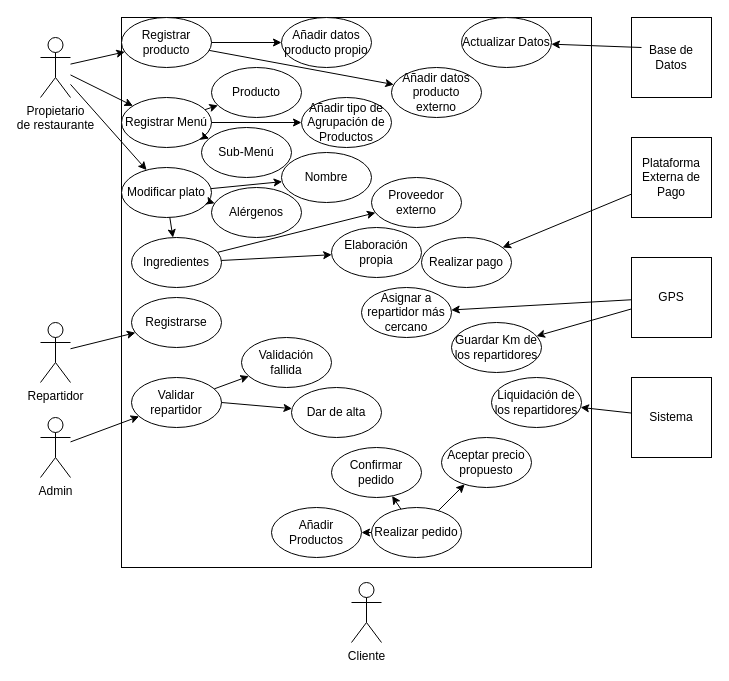
MaiaOwO/Workspace keeps this draw.io diagram as Trial.drawio. Above is the earlier version. Source tidied: cells renumbered, new cells numbered last; positions are measured from the earlier drawing's top-left corner, leaving out a move shared by most shapes. Both pictures are drawn from the tidied source at 100%, with x=0, y=0 at pixel (40, 17).
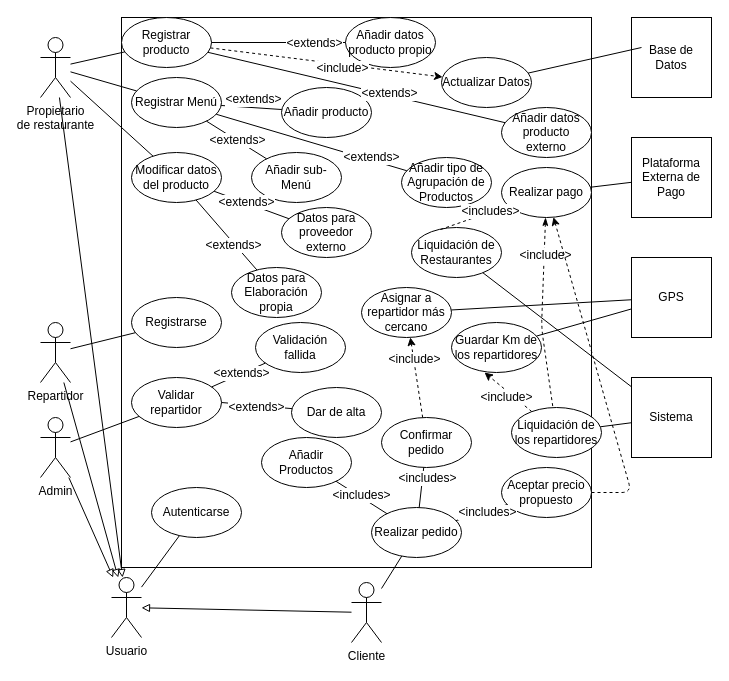
Above is the later version.

The change refers to these unchanged cells:
```xml
<mxCell id="2" value="Propietario &lt;br&gt;de restaurante" style="shape=umlActor;verticalLabelPosition=bottom;labelBackgroundColor=#ffffff;verticalAlign=top;html=1;outlineConnect=0;" parent="1" vertex="1">
  <mxGeometry y="20" width="30" height="60" as="geometry" />
</mxCell>
<mxCell id="3" value="Cliente" style="shape=umlActor;verticalLabelPosition=bottom;labelBackgroundColor=#ffffff;verticalAlign=top;html=1;outlineConnect=0;" parent="1" vertex="1">
  <mxGeometry x="311" y="565" width="30" height="60" as="geometry" />
</mxCell>
<mxCell id="4" value="Repartidor" style="shape=umlActor;verticalLabelPosition=bottom;labelBackgroundColor=#ffffff;verticalAlign=top;html=1;outlineConnect=0;" parent="1" vertex="1">
  <mxGeometry y="305" width="30" height="60" as="geometry" />
</mxCell>
<mxCell id="5" value="Admin" style="shape=umlActor;verticalLabelPosition=bottom;labelBackgroundColor=#ffffff;verticalAlign=top;html=1;outlineConnect=0;" parent="1" vertex="1">
  <mxGeometry y="400" width="30" height="60" as="geometry" />
</mxCell>
<mxCell id="7" value="Base de Datos" style="whiteSpace=wrap;html=1;" parent="1" vertex="1">
  <mxGeometry x="591" width="80" height="80" as="geometry" />
</mxCell>
<mxCell id="8" value="Plataforma Externa de Pago" style="whiteSpace=wrap;html=1;" parent="1" vertex="1">
  <mxGeometry x="591" y="120" width="80" height="80" as="geometry" />
</mxCell>
<mxCell id="9" value="Sistema" style="whiteSpace=wrap;html=1;" parent="1" vertex="1">
  <mxGeometry x="591" y="360" width="80" height="80" as="geometry" />
</mxCell>
<mxCell id="17" value="Asignar a repartidor más cercano" style="ellipse;whiteSpace=wrap;html=1;" parent="1" vertex="1">
  <mxGeometry x="321" y="270" width="90" height="50" as="geometry" />
</mxCell>
<mxCell id="18" value="Realizar pedido" style="ellipse;whiteSpace=wrap;html=1;" parent="1" vertex="1">
  <mxGeometry x="331" y="490" width="90" height="50" as="geometry" />
</mxCell>
<mxCell id="21" value="Registrarse" style="ellipse;whiteSpace=wrap;html=1;" parent="1" vertex="1">
  <mxGeometry x="91" y="280" width="90" height="50" as="geometry" />
</mxCell>
<mxCell id="22" value="Dar de alta" style="ellipse;whiteSpace=wrap;html=1;" parent="1" vertex="1">
  <mxGeometry x="251" y="370" width="90" height="50" as="geometry" />
</mxCell>
<mxCell id="23" value="Validar repartidor" style="ellipse;whiteSpace=wrap;html=1;" parent="1" vertex="1">
  <mxGeometry x="91" y="360" width="90" height="50" as="geometry" />
</mxCell>
<mxCell id="30" value="Registrar producto" style="ellipse;whiteSpace=wrap;html=1;" parent="1" vertex="1">
  <mxGeometry x="81" width="90" height="50" as="geometry" />
</mxCell>
<mxCell id="31" value="GPS" style="whiteSpace=wrap;html=1;" parent="1" vertex="1">
  <mxGeometry x="591" y="240" width="80" height="80" as="geometry" />
</mxCell>
<mxCell id="32" value="Guardar Km de los repartidores" style="ellipse;whiteSpace=wrap;html=1;" parent="1" vertex="1">
  <mxGeometry x="411" y="305" width="90" height="50" as="geometry" />
</mxCell>
```

The edit, as a diff of the source:
```diff
@@
-    <mxCell id="10" value="Modificar plato" style="ellipse;whiteSpace=wrap;html=1;" parent="1" vertex="1">
-      <mxGeometry x="81" y="150" width="90" height="50" as="geometry" />
+    <mxCell id="10" value="Modificar datos del producto" style="ellipse;whiteSpace=wrap;html=1;" parent="1" vertex="1">
+      <mxGeometry x="91" y="135" width="90" height="50" as="geometry" />
     </mxCell>
-    <mxCell id="11" value="Alérgenos" style="ellipse;whiteSpace=wrap;html=1;" parent="1" vertex="1">
-      <mxGeometry x="171" y="170" width="90" height="50" as="geometry" />
-    </mxCell>
-    <mxCell id="12" value="Ingredientes" style="ellipse;whiteSpace=wrap;html=1;" parent="1" vertex="1">
-      <mxGeometry x="91" y="220" width="90" height="50" as="geometry" />
-    </mxCell>
-    <mxCell id="13" value="Nombre" style="ellipse;whiteSpace=wrap;html=1;" parent="1" vertex="1">
-      <mxGeometry x="241" y="135" width="90" height="50" as="geometry" />
-    </mxCell>
-    <mxCell id="14" value="Proveedor externo" style="ellipse;whiteSpace=wrap;html=1;" parent="1" vertex="1">
-      <mxGeometry x="331" y="160" width="90" height="50" as="geometry" />
+    <mxCell id="14" value="Datos para proveedor externo" style="ellipse;whiteSpace=wrap;html=1;" parent="1" vertex="1">
+      <mxGeometry x="241" y="190" width="90" height="50" as="geometry" />
     </mxCell>
-    <mxCell id="15" value="Elaboración propia" style="ellipse;whiteSpace=wrap;html=1;" parent="1" vertex="1">
-      <mxGeometry x="291" y="210" width="90" height="50" as="geometry" />
+    <mxCell id="15" value="Datos para Elaboración propia" style="ellipse;whiteSpace=wrap;html=1;" parent="1" vertex="1">
+      <mxGeometry x="191" y="250" width="90" height="50" as="geometry" />
     </mxCell>
     <mxCell id="16" value="Confirmar pedido" style="ellipse;whiteSpace=wrap;html=1;" parent="1" vertex="1">
-      <mxGeometry x="291" y="430" width="90" height="50" as="geometry" />
+      <mxGeometry x="341" y="400" width="90" height="50" as="geometry" />
     </mxCell>
@@
     <mxCell id="19" value="Realizar pago" style="ellipse;whiteSpace=wrap;html=1;" parent="1" vertex="1">
-      <mxGeometry x="381" y="220" width="90" height="50" as="geometry" />
+      <mxGeometry x="461" y="150" width="90" height="50" as="geometry" />
     </mxCell>
     <mxCell id="20" value="Aceptar precio propuesto" style="ellipse;whiteSpace=wrap;html=1;" parent="1" vertex="1">
-      <mxGeometry x="401" y="420" width="90" height="50" as="geometry" />
+      <mxGeometry x="461" y="450" width="90" height="50" as="geometry" />
     </mxCell>
@@
     <mxCell id="24" value="Validación fallida" style="ellipse;whiteSpace=wrap;html=1;" parent="1" vertex="1">
-      <mxGeometry x="201" y="320" width="90" height="50" as="geometry" />
+      <mxGeometry x="215" y="305" width="90" height="50" as="geometry" />
     </mxCell>
     <mxCell id="25" value="Registrar Menú" style="ellipse;whiteSpace=wrap;html=1;" parent="1" vertex="1">
-      <mxGeometry x="81" y="80" width="90" height="50" as="geometry" />
+      <mxGeometry x="91" y="60" width="90" height="50" as="geometry" />
     </mxCell>
     <mxCell id="26" value="Añadir Productos" style="ellipse;whiteSpace=wrap;html=1;" parent="1" vertex="1">
-      <mxGeometry x="231" y="490" width="90" height="50" as="geometry" />
+      <mxGeometry x="221" y="420" width="90" height="50" as="geometry" />
     </mxCell>
     <mxCell id="27" value="Añadir tipo de Agrupación de Productos" style="ellipse;whiteSpace=wrap;html=1;" parent="1" vertex="1">
-      <mxGeometry x="261" y="80" width="90" height="50" as="geometry" />
+      <mxGeometry x="361" y="140" width="90" height="50" as="geometry" />
     </mxCell>
-    <mxCell id="28" value="Sub-Menú" style="ellipse;whiteSpace=wrap;html=1;" parent="1" vertex="1">
-      <mxGeometry x="161" y="110" width="90" height="50" as="geometry" />
+    <mxCell id="28" value="Añadir sub-Menú" style="ellipse;whiteSpace=wrap;html=1;" parent="1" vertex="1">
+      <mxGeometry x="211" y="135" width="90" height="50" as="geometry" />
     </mxCell>
-    <mxCell id="29" value="Producto" style="ellipse;whiteSpace=wrap;html=1;" parent="1" vertex="1">
-      <mxGeometry x="171" y="50" width="90" height="50" as="geometry" />
+    <mxCell id="29" value="Añadir producto" style="ellipse;whiteSpace=wrap;html=1;" parent="1" vertex="1">
+      <mxGeometry x="241" y="70" width="90" height="50" as="geometry" />
     </mxCell>
@@
     <mxCell id="33" value="Liquidación de los repartidores" style="ellipse;whiteSpace=wrap;html=1;" parent="1" vertex="1">
-      <mxGeometry x="451" y="360" width="90" height="50" as="geometry" />
+      <mxGeometry x="471" y="390" width="90" height="50" as="geometry" />
     </mxCell>
-    <mxCell id="34" style="endArrow=classic;html=1;" parent="1" edge="1" source="10" target="11">
-      <mxGeometry relative="1" as="geometry" />
-    </mxCell>
-    <mxCell id="35" style="endArrow=classic;html=1;" parent="1" edge="1" source="10" target="13">
-      <mxGeometry relative="1" as="geometry" />
-    </mxCell>
     <mxCell id="36" value="Actualizar Datos" style="ellipse;whiteSpace=wrap;html=1;" parent="1" vertex="1">
-      <mxGeometry x="421" width="90" height="50" as="geometry" />
+      <mxGeometry x="401" y="40" width="90" height="50" as="geometry" />
     </mxCell>
-    <mxCell id="37" style="endArrow=classic;html=1;" parent="1" edge="1" source="10" target="12">
-      <mxGeometry relative="1" as="geometry" />
-    </mxCell>
-    <mxCell id="38" style="endArrow=classic;html=1;" parent="1" edge="1" source="12" target="15">
+    <mxCell id="38" style="endArrow=none;html=1;endFill=0;" parent="1" edge="1" source="10" target="15">
       <mxGeometry relative="1" as="geometry" />
     </mxCell>
+    <mxCell id="62" value="&amp;lt;extends&amp;gt;" style="text;html=1;align=center;verticalAlign=middle;labelBackgroundColor=#ffffff;" parent="38" vertex="1">
+      <mxGeometry x="0.26" y="-2" relative="1" as="geometry" />
+    </mxCell>
-    <mxCell id="39" style="endArrow=classic;html=1;" parent="1" edge="1" source="12" target="14">
+    <mxCell id="39" style="endArrow=none;html=1;endFill=0;" parent="1" edge="1" source="10" target="14">
       <mxGeometry relative="1" as="geometry" />
     </mxCell>
+    <mxCell id="63" value="&amp;lt;extends&amp;gt;" style="text;html=1;align=center;verticalAlign=middle;labelBackgroundColor=#ffffff;" parent="39" vertex="1">
+      <mxGeometry x="0.51" y="1" relative="1" as="geometry">
+        <mxPoint x="-24.6" y="-8.8" as="offset" />
+      </mxGeometry>
+    </mxCell>
-    <mxCell id="40" style="endArrow=classic;html=1;" parent="1" edge="1" source="2" target="10">
+    <mxCell id="40" style="endArrow=none;html=1;endFill=0;" parent="1" edge="1" source="2" target="10">
       <mxGeometry relative="1" as="geometry" />
     </mxCell>
-    <mxCell id="41" style="endArrow=classic;html=1;exitX=0.125;exitY=0.375;exitDx=0;exitDy=0;exitPerimeter=0;" parent="1" edge="1" source="7" target="36">
+    <mxCell id="41" style="endArrow=none;html=1;exitX=0.125;exitY=0.375;exitDx=0;exitDy=0;exitPerimeter=0;endFill=0;" parent="1" edge="1" source="7" target="36">
       <mxGeometry relative="1" as="geometry" />
     </mxCell>
     <mxCell id="42" value="Añadir datos producto propio" style="ellipse;whiteSpace=wrap;html=1;" parent="1" vertex="1">
-      <mxGeometry x="241" width="90" height="50" as="geometry" />
+      <mxGeometry x="305" width="90" height="50" as="geometry" />
     </mxCell>
     <mxCell id="43" value="Añadir datos producto externo" style="ellipse;whiteSpace=wrap;html=1;" parent="1" vertex="1">
-      <mxGeometry x="351" y="50" width="90" height="50" as="geometry" />
+      <mxGeometry x="461" y="90" width="90" height="50" as="geometry" />
     </mxCell>
-    <mxCell id="44" style="endArrow=classic;html=1;" parent="1" edge="1" source="30" target="42">
+    <mxCell id="44" style="endArrow=none;html=1;endFill=0;" parent="1" edge="1" source="30" target="42">
       <mxGeometry relative="1" as="geometry" />
     </mxCell>
+    <mxCell id="64" value="&amp;lt;extends&amp;gt;" style="text;html=1;align=center;verticalAlign=middle;labelBackgroundColor=#ffffff;" parent="44" vertex="1">
+      <mxGeometry x="0.52" relative="1" as="geometry" />
+    </mxCell>
-    <mxCell id="45" style="endArrow=classic;html=1;" parent="1" edge="1" source="30" target="43">
+    <mxCell id="45" style="endArrow=none;html=1;endFill=0;" parent="1" edge="1" source="30" target="43">
       <mxGeometry relative="1" as="geometry" />
     </mxCell>
+    <mxCell id="65" value="&amp;lt;extends&amp;gt;" style="text;html=1;align=center;verticalAlign=middle;labelBackgroundColor=#ffffff;" parent="45" vertex="1">
+      <mxGeometry x="0.22" y="2" relative="1" as="geometry" />
+    </mxCell>
-    <mxCell id="46" style="endArrow=classic;html=1;" parent="1" edge="1" source="2" target="30">
+    <mxCell id="46" style="endArrow=none;html=1;endFill=0;" parent="1" edge="1" source="2" target="30">
       <mxGeometry relative="1" as="geometry" />
     </mxCell>
-    <mxCell id="47" style="endArrow=classic;html=1;" parent="1" edge="1" source="2" target="25">
+    <mxCell id="47" style="endArrow=none;html=1;endFill=0;" parent="1" edge="1" source="2" target="25">
       <mxGeometry relative="1" as="geometry" />
     </mxCell>
-    <mxCell id="48" style="endArrow=classic;html=1;" parent="1" edge="1" source="25" target="28">
+    <mxCell id="48" style="endArrow=none;html=1;endFill=0;" parent="1" edge="1" source="25" target="28">
       <mxGeometry relative="1" as="geometry" />
     </mxCell>
+    <mxCell id="66" value="&amp;lt;extends&amp;gt;" style="text;html=1;align=center;verticalAlign=middle;labelBackgroundColor=#ffffff;" parent="48" vertex="1">
+      <mxGeometry x="0.35" y="2" relative="1" as="geometry">
+        <mxPoint x="-11.4" y="-5" as="offset" />
+      </mxGeometry>
+    </mxCell>
-    <mxCell id="49" style="endArrow=classic;html=1;" parent="1" edge="1" source="25" target="29">
+    <mxCell id="49" style="endArrow=none;html=1;endFill=0;" parent="1" edge="1" source="25" target="29">
       <mxGeometry relative="1" as="geometry" />
     </mxCell>
+    <mxCell id="67" value="&amp;lt;extends&amp;gt;" style="text;html=1;align=center;verticalAlign=middle;labelBackgroundColor=#ffffff;" parent="49" vertex="1">
+      <mxGeometry x="0.43" relative="1" as="geometry">
+        <mxPoint x="-10.6" y="-9" as="offset" />
+      </mxGeometry>
+    </mxCell>
-    <mxCell id="50" style="endArrow=classic;html=1;" parent="1" edge="1" source="25" target="27">
+    <mxCell id="50" style="endArrow=none;html=1;endFill=0;" parent="1" edge="1" source="25" target="27">
       <mxGeometry relative="1" as="geometry" />
     </mxCell>
+    <mxCell id="68" value="&amp;lt;extends&amp;gt;" style="text;html=1;align=center;verticalAlign=middle;labelBackgroundColor=#ffffff;" parent="50" vertex="1">
+      <mxGeometry x="0.62" y="3" relative="1" as="geometry" />
+    </mxCell>
-    <mxCell id="51" style="endArrow=classic;html=1;" parent="1" edge="1" source="4" target="21">
+    <mxCell id="51" style="endArrow=none;html=1;endFill=0;" parent="1" edge="1" source="4" target="21">
       <mxGeometry relative="1" as="geometry" />
     </mxCell>
-    <mxCell id="52" style="endArrow=classic;html=1;" parent="1" edge="1" source="5" target="23">
+    <mxCell id="52" style="endArrow=none;html=1;endFill=0;" parent="1" edge="1" source="5" target="23">
       <mxGeometry relative="1" as="geometry" />
     </mxCell>
-    <mxCell id="53" style="endArrow=classic;html=1;exitX=1;exitY=0.5;exitDx=0;exitDy=0;" parent="1" edge="1" source="23" target="22">
+    <mxCell id="53" style="endArrow=none;html=1;exitX=1;exitY=0.5;exitDx=0;exitDy=0;endFill=0;" parent="1" edge="1" source="23" target="22">
       <mxGeometry relative="1" as="geometry" />
     </mxCell>
+    <mxCell id="69" value="&amp;lt;extends&amp;gt;" style="text;html=1;align=center;verticalAlign=middle;labelBackgroundColor=#ffffff;" parent="53" vertex="1">
+      <mxGeometry x="0.36" relative="1" as="geometry">
+        <mxPoint x="-13.8" y="0.8" as="offset" />
+      </mxGeometry>
+    </mxCell>
-    <mxCell id="54" style="endArrow=classic;html=1;" parent="1" edge="1" source="23" target="24">
+    <mxCell id="54" style="endArrow=none;html=1;endFill=0;" parent="1" edge="1" source="23" target="24">
       <mxGeometry relative="1" as="geometry" />
     </mxCell>
+    <mxCell id="70" value="&amp;lt;extends&amp;gt;" style="text;html=1;align=center;verticalAlign=middle;labelBackgroundColor=#ffffff;" parent="54" vertex="1">
+      <mxGeometry x="0.48" y="2" relative="1" as="geometry">
+        <mxPoint x="-8.7" y="4.9" as="offset" />
+      </mxGeometry>
+    </mxCell>
-    <mxCell id="55" style="endArrow=classic;html=1;" parent="1" edge="1" source="18" target="26">
+    <mxCell id="55" style="endArrow=none;html=1;endFill=0;" parent="1" edge="1" source="18" target="26">
       <mxGeometry relative="1" as="geometry" />
     </mxCell>
+    <mxCell id="71" value="&amp;lt;includes&amp;gt;" style="text;html=1;align=center;verticalAlign=middle;labelBackgroundColor=#ffffff;" parent="55" vertex="1">
+      <mxGeometry x="-0.43" y="-1" relative="1" as="geometry">
+        <mxPoint x="-12.5" y="-8.8" as="offset" />
+      </mxGeometry>
+    </mxCell>
-    <mxCell id="56" style="endArrow=classic;html=1;" parent="1" edge="1" source="18" target="16">
+    <mxCell id="56" style="endArrow=none;html=1;endFill=0;" parent="1" edge="1" source="18" target="16">
       <mxGeometry relative="1" as="geometry" />
     </mxCell>
+    <mxCell id="72" value="&amp;lt;includes&amp;gt;" style="text;html=1;align=center;verticalAlign=middle;labelBackgroundColor=#ffffff;" parent="56" vertex="1">
+      <mxGeometry x="-0.41" y="-1" relative="1" as="geometry">
+        <mxPoint x="5.2" y="-18.2" as="offset" />
+      </mxGeometry>
+    </mxCell>
-    <mxCell id="57" style="endArrow=classic;html=1;" parent="1" edge="1" source="18" target="20">
+    <mxCell id="57" style="endArrow=none;html=1;endFill=0;" parent="1" edge="1" source="18" target="20">
       <mxGeometry relative="1" as="geometry" />
     </mxCell>
+    <mxCell id="73" value="&amp;lt;includes&amp;gt;" style="text;html=1;align=center;verticalAlign=middle;labelBackgroundColor=#ffffff;" parent="57" vertex="1">
+      <mxGeometry x="-0.71" y="-1" relative="1" as="geometry">
+        <mxPoint x="22.5" y="-6.7" as="offset" />
+      </mxGeometry>
+    </mxCell>
-    <mxCell id="58" style="endArrow=classic;html=1;" parent="1" edge="1" source="31" target="17">
+    <mxCell id="58" style="endArrow=none;html=1;endFill=0;" parent="1" edge="1" source="31" target="17">
       <mxGeometry relative="1" as="geometry" />
     </mxCell>
-    <mxCell id="59" style="endArrow=classic;html=1;" parent="1" edge="1" source="31" target="32">
+    <mxCell id="59" style="endArrow=none;html=1;endFill=0;" parent="1" edge="1" source="31" target="32">
       <mxGeometry relative="1" as="geometry" />
     </mxCell>
-    <mxCell id="60" style="endArrow=classic;html=1;" parent="1" edge="1" source="9" target="33">
+    <mxCell id="60" style="endArrow=none;html=1;endFill=0;" parent="1" edge="1" source="9" target="33">
       <mxGeometry relative="1" as="geometry" />
     </mxCell>
-    <mxCell id="61" style="endArrow=classic;html=1;" parent="1" edge="1" source="8" target="19">
+    <mxCell id="61" style="endArrow=none;html=1;endFill=0;" parent="1" edge="1" source="8" target="19">
       <mxGeometry relative="1" as="geometry" />
     </mxCell>
+    <mxCell id="74" style="endArrow=none;html=1;endFill=0;" parent="1" edge="1" source="3" target="18">
+      <mxGeometry relative="1" as="geometry" />
+    </mxCell>
+    <mxCell id="75" value="Usuario" style="shape=umlActor;verticalLabelPosition=bottom;labelBackgroundColor=#ffffff;verticalAlign=top;html=1;outlineConnect=0;" parent="1" vertex="1">
+      <mxGeometry x="71" y="560" width="30" height="60" as="geometry" />
+    </mxCell>
+    <mxCell id="76" value="Autenticarse" style="ellipse;whiteSpace=wrap;html=1;" parent="1" vertex="1">
+      <mxGeometry x="111" y="470" width="90" height="50" as="geometry" />
+    </mxCell>
+    <mxCell id="77" style="endArrow=none;html=1;endFill=0;" parent="1" edge="1" source="75" target="76">
+      <mxGeometry relative="1" as="geometry" />
+    </mxCell>
+    <mxCell id="78" style="endArrow=block;html=1;endFill=0;" parent="1" edge="1" source="3" target="75">
+      <mxGeometry relative="1" as="geometry" />
+    </mxCell>
+    <mxCell id="79" style="endArrow=block;html=1;endFill=0;" parent="1" edge="1" source="5" target="75">
+      <mxGeometry relative="1" as="geometry" />
+    </mxCell>
+    <mxCell id="80" style="endArrow=block;html=1;endFill=0;" parent="1" edge="1" source="4" target="75">
+      <mxGeometry relative="1" as="geometry" />
+    </mxCell>
+    <mxCell id="81" style="endArrow=block;html=1;endFill=0;" parent="1" edge="1" source="2" target="75">
+      <mxGeometry relative="1" as="geometry" />
+    </mxCell>
+    <mxCell id="82" style="endArrow=classic;dashed=1;html=1;endFill=1;" parent="1" edge="1" source="16" target="17">
+      <mxGeometry relative="1" as="geometry" />
+    </mxCell>
+    <mxCell id="83" value="&amp;lt;include&amp;gt;" style="text;html=1;align=center;verticalAlign=middle;labelBackgroundColor=#ffffff;" parent="82" vertex="1">
+      <mxGeometry x="0.45" relative="1" as="geometry" />
+    </mxCell>
+    <mxCell id="84" style="endArrow=classic;dashed=1;html=1;entryX=0.367;entryY=1;entryDx=0;entryDy=0;entryPerimeter=0;endFill=1;" parent="1" edge="1" source="33" target="32">
+      <mxGeometry relative="1" as="geometry" />
+    </mxCell>
+    <mxCell id="85" value="&amp;lt;include&amp;gt;" style="text;html=1;align=center;verticalAlign=middle;labelBackgroundColor=#ffffff;" parent="84" vertex="1">
+      <mxGeometry x="0.55" y="3" relative="1" as="geometry">
+        <mxPoint x="12.8" y="13.6" as="offset" />
+      </mxGeometry>
+    </mxCell>
+    <mxCell id="86" style="endArrow=none;dashed=1;html=1;endFill=0;startArrow=classicThin;startFill=1;" parent="1" edge="1" source="19" target="33">
+      <mxGeometry relative="1" as="geometry">
+        <Array as="points">
+          <mxPoint x="501" y="310" />
+        </Array>
+      </mxGeometry>
+    </mxCell>
+    <mxCell id="87" value="&amp;lt;include&amp;gt;" style="text;html=1;align=center;verticalAlign=middle;labelBackgroundColor=#ffffff;" parent="86" vertex="1">
+      <mxGeometry x="-0.61" y="1" relative="1" as="geometry" />
+    </mxCell>
+    <mxCell id="88" style="endArrow=classic;dashed=1;html=1;endFill=1;" parent="1" edge="1" source="30" target="36">
+      <mxGeometry relative="1" as="geometry" />
+    </mxCell>
+    <mxCell id="89" value="&amp;lt;include&amp;gt;" style="text;html=1;align=center;verticalAlign=middle;labelBackgroundColor=#ffffff;" parent="88" vertex="1">
+      <mxGeometry x="-0.33" relative="1" as="geometry">
+        <mxPoint x="53.7" y="9.9" as="offset" />
+      </mxGeometry>
+    </mxCell>
+    <mxCell id="90" value="Liquidación de Restaurantes" style="ellipse;whiteSpace=wrap;html=1;" parent="1" vertex="1">
+      <mxGeometry x="371" y="210" width="90" height="50" as="geometry" />
+    </mxCell>
+    <mxCell id="91" style="endArrow=none;html=1;endFill=0;" parent="1" edge="1" source="9" target="90">
+      <mxGeometry relative="1" as="geometry" />
+    </mxCell>
+    <mxCell id="92" style="endArrow=classic;dashed=1;html=1;endFill=1;" parent="1" edge="1" source="20" target="19">
+      <mxGeometry relative="1" as="geometry">
+        <Array as="points">
+          <mxPoint x="591" y="475" />
+        </Array>
+      </mxGeometry>
+    </mxCell>
+    <mxCell id="93" style="endArrow=none;dashed=1;html=1;exitX=0.322;exitY=0.04;exitDx=0;exitDy=0;exitPerimeter=0;" parent="1" edge="1" source="90" target="19">
+      <mxGeometry relative="1" as="geometry" />
+    </mxCell>
+    <mxCell id="94" value="&amp;lt;includes&amp;gt;" style="text;html=1;align=center;verticalAlign=middle;labelBackgroundColor=#ffffff;" parent="93" vertex="1">
+      <mxGeometry x="0.48" y="1" relative="1" as="geometry" />
+    </mxCell>
```
